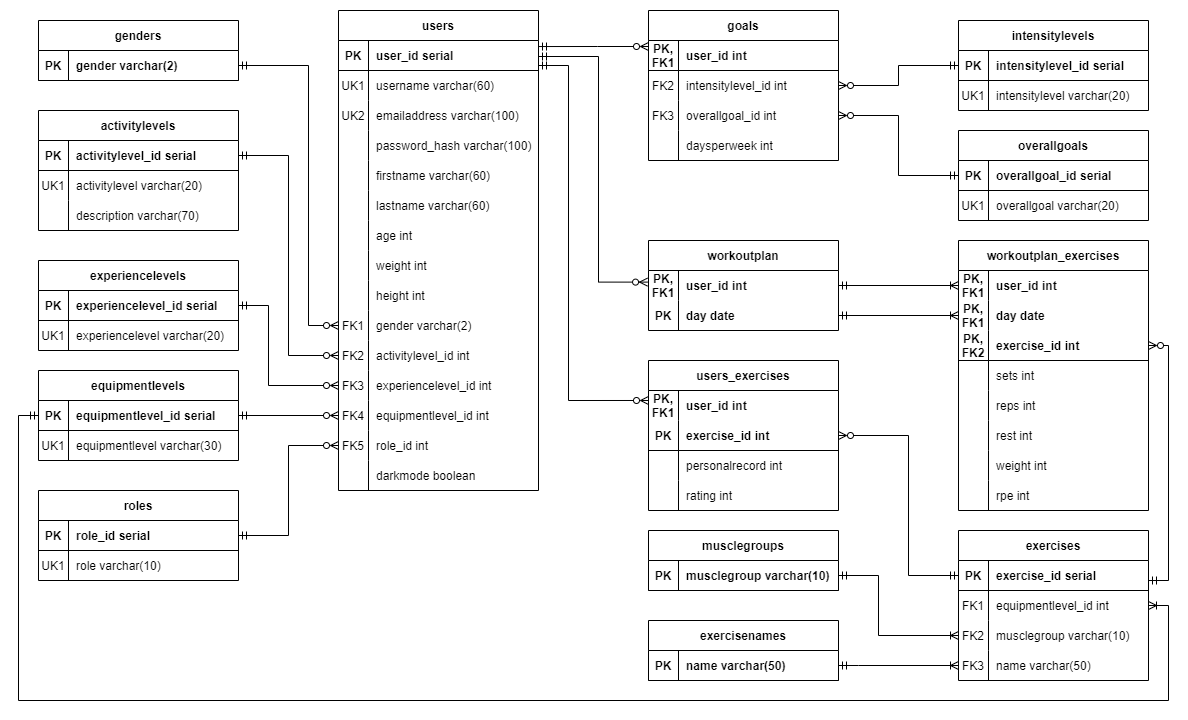
deanpayne6/fitForgeBackEnd keeps this draw.io diagram as db-related/ER_diagram.png. Above is the earlier version. Source tidied: cells renumbered, new cells last; positions are measured from the earlier drawing's top-left corner, leaving out a move shared by most shapes.
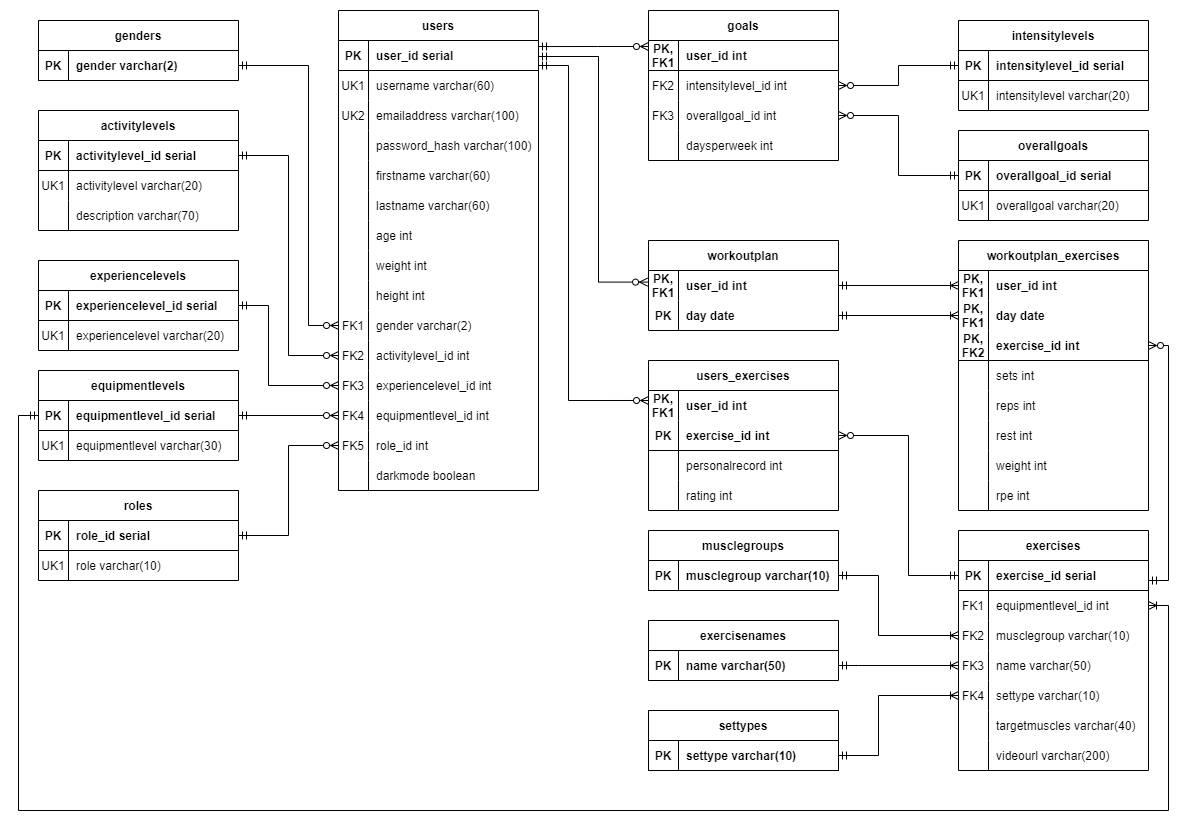
Later version of the same file.

What changed in the source:
```diff
@@ -393,7 +393,7 @@
       <mxGeometry relative="1" as="geometry" />
     </mxCell>
     <mxCell id="125" value="exercises" style="shape=table;startSize=30;rowLines=0;fontStyle=1;align=center;strokeColor=default;" parent="1" vertex="1">
-      <mxGeometry x="940" y="520" width="190" height="150" as="geometry" />
+      <mxGeometry x="940" y="520" width="190" height="240" as="geometry" />
     </mxCell>
     <mxCell id="126" style="shape=tableRow;horizontal=0;startSize=0;swimlaneHead=0;swimlaneBody=0;fillColor=none;points=[[0,0.5],[1,0.5]];portConstraint=eastwest;top=0;left=0;right=0;bottom=1;strokeColor=default;" parent="125" vertex="1">
       <mxGeometry y="30" width="190" height="30" as="geometry" />
@@ -431,6 +431,33 @@
     <mxCell id="137" value="name varchar(50)" style="shape=partialRectangle;fillColor=none;top=0;left=0;bottom=0;right=0;align=left;spacingLeft=6;overflow=hidden;strokeColor=default;" parent="135" vertex="1">
       <mxGeometry x="30" width="160" height="30" as="geometry" />
     </mxCell>
+    <mxCell id="193" style="shape=tableRow;horizontal=0;startSize=0;swimlaneHead=0;swimlaneBody=0;fillColor=none;points=[[0,0.5],[1,0.5]];portConstraint=eastwest;top=0;left=0;right=0;bottom=0;strokeColor=default;" parent="125" vertex="1">
+      <mxGeometry y="150" width="190" height="30" as="geometry" />
+    </mxCell>
+    <mxCell id="194" value="FK4" style="shape=partialRectangle;fillColor=none;top=0;left=0;bottom=0;right=0;overflow=hidden;strokeColor=default;" parent="193" vertex="1">
+      <mxGeometry width="30" height="30" as="geometry" />
+    </mxCell>
+    <mxCell id="195" value="settype varchar(10)" style="shape=partialRectangle;fillColor=none;top=0;left=0;bottom=0;right=0;align=left;spacingLeft=6;overflow=hidden;strokeColor=default;" parent="193" vertex="1">
+      <mxGeometry x="30" width="160" height="30" as="geometry" />
+    </mxCell>
+    <mxCell id="196" style="shape=tableRow;horizontal=0;startSize=0;swimlaneHead=0;swimlaneBody=0;fillColor=none;top=0;left=0;right=0;bottom=0;strokeColor=default;" parent="125" vertex="1">
+      <mxGeometry y="180" width="190" height="30" as="geometry" />
+    </mxCell>
+    <mxCell id="197" style="shape=partialRectangle;fillColor=none;top=0;left=0;bottom=0;right=0;overflow=hidden;strokeColor=default;" parent="196" vertex="1">
+      <mxGeometry width="30" height="30" as="geometry" />
+    </mxCell>
+    <mxCell id="198" value="targetmuscles varchar(40)" style="shape=partialRectangle;fillColor=none;top=0;left=0;bottom=0;right=0;align=left;spacingLeft=6;overflow=hidden;strokeColor=default;" parent="196" vertex="1">
+      <mxGeometry x="30" width="160" height="30" as="geometry" />
+    </mxCell>
+    <mxCell id="199" style="shape=tableRow;horizontal=0;startSize=0;swimlaneHead=0;swimlaneBody=0;fillColor=none;top=0;left=0;right=0;bottom=0;strokeColor=default;" parent="125" vertex="1">
+      <mxGeometry y="210" width="190" height="30" as="geometry" />
+    </mxCell>
+    <mxCell id="200" style="shape=partialRectangle;fillColor=none;top=0;left=0;bottom=0;right=0;overflow=hidden;strokeColor=default;" parent="199" vertex="1">
+      <mxGeometry width="30" height="30" as="geometry" />
+    </mxCell>
+    <mxCell id="201" value="videourl varchar(200)" style="shape=partialRectangle;fillColor=none;top=0;left=0;bottom=0;right=0;align=left;spacingLeft=6;overflow=hidden;strokeColor=default;" parent="199" vertex="1">
+      <mxGeometry x="30" width="160" height="30" as="geometry" />
+    </mxCell>
     <mxCell id="138" value="workoutplan" style="shape=table;startSize=30;rowLines=0;fontStyle=1;align=center;" parent="1" vertex="1">
       <mxGeometry x="630" y="230" width="190" height="90" as="geometry" />
     </mxCell>
@@ -578,8 +605,8 @@
       <mxGeometry relative="1" as="geometry">
         <Array as="points">
           <mxPoint y="405" />
-          <mxPoint y="690" />
-          <mxPoint x="1150" y="690" />
+          <mxPoint y="800" />
+          <mxPoint x="1150" y="800" />
           <mxPoint x="1150" y="595" />
         </Array>
       </mxGeometry>
@@ -624,5 +651,25 @@
         </Array>
       </mxGeometry>
     </mxCell>
+    <mxCell id="202" value="settypes" style="shape=table;startSize=30;rowLines=0;fontStyle=1;align=center;strokeColor=default;" parent="1" vertex="1">
+      <mxGeometry x="630" y="700" width="190" height="60" as="geometry" />
+    </mxCell>
+    <mxCell id="203" style="shape=tableRow;horizontal=0;startSize=0;swimlaneHead=0;swimlaneBody=0;fillColor=none;points=[[0,0.5],[1,0.5]];portConstraint=eastwest;top=0;left=0;right=0;bottom=1;strokeColor=default;" parent="202" vertex="1">
+      <mxGeometry y="30" width="190" height="30" as="geometry" />
+    </mxCell>
+    <mxCell id="204" value="PK" style="shape=partialRectangle;fillColor=none;top=0;left=0;bottom=0;right=0;fontStyle=1;overflow=hidden;strokeColor=default;" parent="203" vertex="1">
+      <mxGeometry width="30" height="30" as="geometry" />
+    </mxCell>
+    <mxCell id="205" value="settype varchar(10)" style="shape=partialRectangle;fillColor=none;top=0;left=0;bottom=0;right=0;align=left;spacingLeft=6;fontStyle=1;overflow=hidden;strokeColor=default;" parent="203" vertex="1">
+      <mxGeometry x="30" width="160" height="30" as="geometry" />
+    </mxCell>
+    <mxCell id="206" style="edgeStyle=orthogonalEdgeStyle;rounded=0;jettySize=auto;html=1;entryX=0;entryY=0.5;entryDx=0;entryDy=0;startArrow=ERmandOne;startFill=0;endArrow=ERoneToMany;endFill=0;" parent="1" edge="1" source="203" target="193">
+      <mxGeometry relative="1" as="geometry">
+        <Array as="points">
+          <mxPoint x="860" y="745" />
+          <mxPoint x="860" y="685" />
+        </Array>
+      </mxGeometry>
+    </mxCell>
   </root>
 </mxGraphModel>
```
